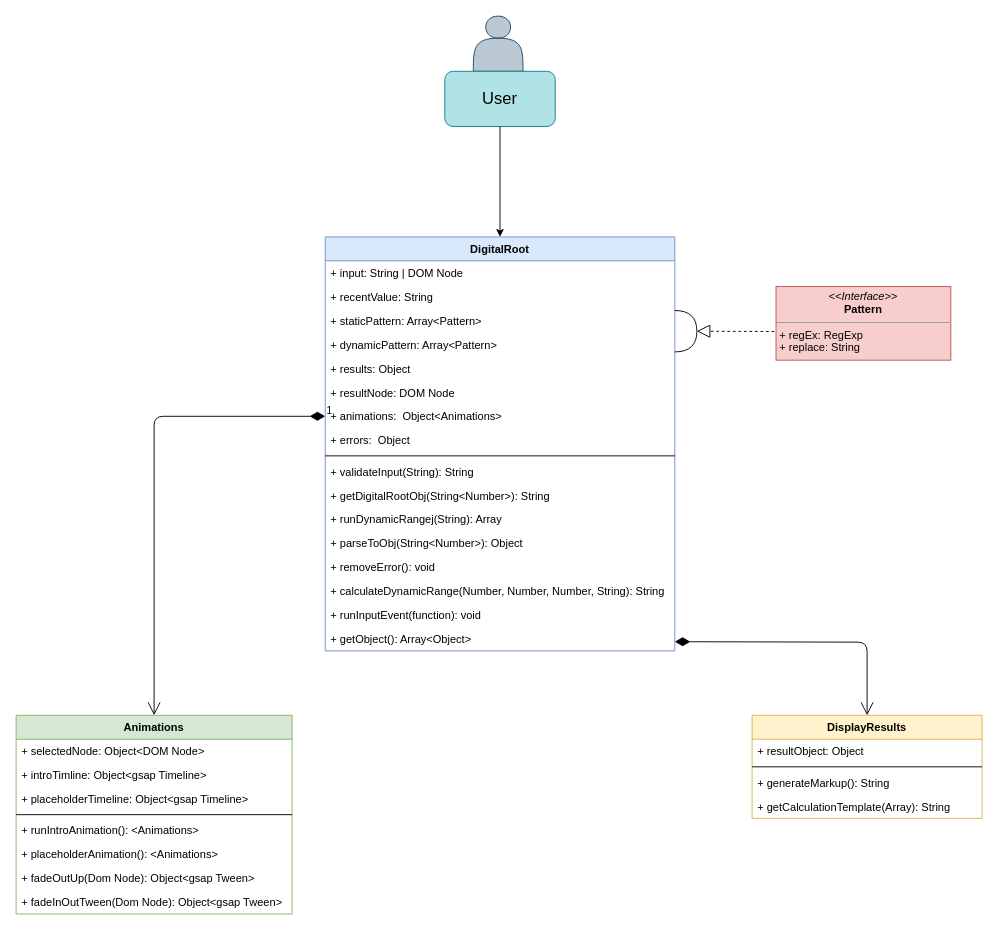
This is UML.drawio from fahimfaisaal/Digital-root-calculator, a draw.io file, before an edit. Source tidied: cells renumbered, new cells numbered last; positions are measured from the earlier drawing's top-left corner, leaving out a move shared by most shapes. Both pictures are drawn from the tidied source at 92%, with x=0, y=0 at pixel (16, 16).
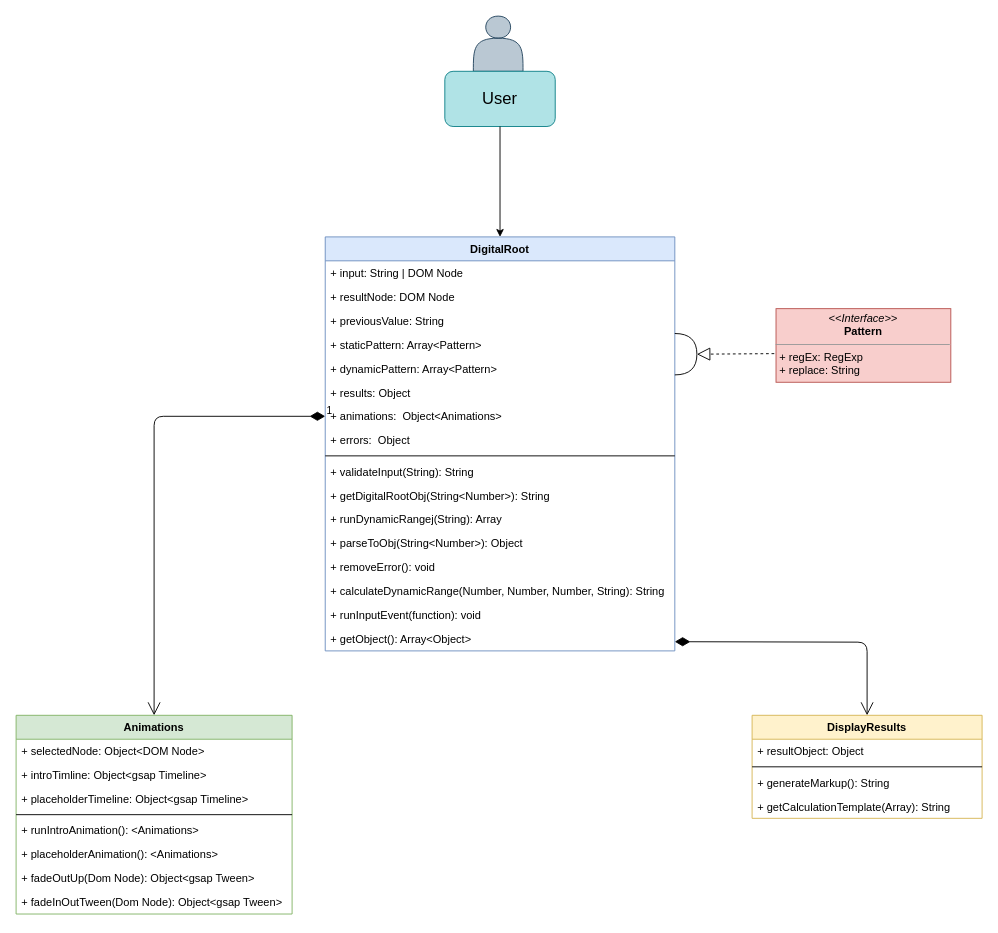
The same diagram, later.

Commit message:
replace one porp

Unchanged cells that the change refers to:
```xml
<mxCell id="17" value="DigitalRoot" style="swimlane;fontStyle=1;align=center;verticalAlign=top;horizontal=1;startSize=26;fillColor=#dae8fc;strokeColor=#6c8ebf;" parent="1" vertex="1">
  <mxGeometry x="336" y="240" width="380" height="450" as="geometry" />
</mxCell>
```

What changed in the source:
```diff
@@
+    <mxCell id="23" value="+ resultNode: DOM Node" style="text;strokeColor=none;fillColor=none;align=left;verticalAlign=top;spacingLeft=4;spacingRight=4;overflow=hidden;" parent="17" vertex="1">
+      <mxGeometry y="52" width="380" height="26" as="geometry" />
+    </mxCell>
-    <mxCell id="19" value="+ recentValue: String" style="text;strokeColor=none;fillColor=none;align=left;verticalAlign=top;spacingLeft=4;spacingRight=4;overflow=hidden;" parent="17" vertex="1">
-      <mxGeometry y="52" width="380" height="26" as="geometry" />
+    <mxCell id="19" value="+ previousValue: String" style="text;strokeColor=none;fillColor=none;align=left;verticalAlign=top;spacingLeft=4;spacingRight=4;overflow=hidden;" parent="17" vertex="1">
+      <mxGeometry y="78" width="380" height="26" as="geometry" />
     </mxCell>
     <mxCell id="20" value="+ staticPattern: Array&lt;Pattern&gt;" style="text;strokeColor=none;fillColor=none;align=left;verticalAlign=top;spacingLeft=4;spacingRight=4;overflow=hidden;" parent="17" vertex="1">
-      <mxGeometry y="78" width="380" height="26" as="geometry" />
+      <mxGeometry y="104" width="380" height="26" as="geometry" />
     </mxCell>
     <mxCell id="21" value="+ dynamicPattern: Array&lt;Pattern&gt;" style="text;strokeColor=none;fillColor=none;align=left;verticalAlign=top;spacingLeft=4;spacingRight=4;overflow=hidden;" parent="17" vertex="1">
-      <mxGeometry y="104" width="380" height="26" as="geometry" />
+      <mxGeometry y="130" width="380" height="26" as="geometry" />
     </mxCell>
     <mxCell id="22" value="+ results: Object" style="text;strokeColor=none;fillColor=none;align=left;verticalAlign=top;spacingLeft=4;spacingRight=4;overflow=hidden;" parent="17" vertex="1">
-      <mxGeometry y="130" width="380" height="26" as="geometry" />
+      <mxGeometry y="156" width="380" height="26" as="geometry" />
     </mxCell>
-    <mxCell id="23" value="+ resultNode: DOM Node" style="text;strokeColor=none;fillColor=none;align=left;verticalAlign=top;spacingLeft=4;spacingRight=4;overflow=hidden;" parent="17" vertex="1">
-      <mxGeometry y="156" width="380" height="26" as="geometry" />
-    </mxCell>
@@
     <mxCell id="35" value="&lt;p style=&quot;margin: 0px ; margin-top: 4px ; text-align: center&quot;&gt;&lt;i&gt;&amp;lt;&amp;lt;Interface&amp;gt;&amp;gt;&lt;/i&gt;&lt;br&gt;&lt;b&gt;Pattern&lt;/b&gt;&lt;/p&gt;&lt;hr size=&quot;1&quot;&gt;&lt;p style=&quot;margin: 0px ; margin-left: 4px&quot;&gt;+ regEx: RegExp&lt;br&gt;+ replace: String&lt;/p&gt;&lt;p style=&quot;margin: 0px ; margin-left: 4px&quot;&gt;&lt;br&gt;&lt;/p&gt;" style="verticalAlign=top;align=left;overflow=fill;fontSize=12;fontFamily=Helvetica;html=1;fillColor=#f8cecc;strokeColor=#b85450;" parent="1" vertex="1">
-      <mxGeometry x="826" y="294" width="190" height="80" as="geometry" />
+      <mxGeometry x="826" y="318" width="190" height="80" as="geometry" />
     </mxCell>
     <mxCell id="36" style="shape=requiredInterface;html=1;verticalLabelPosition=bottom;sketch=0;fillColor=none;gradientColor=none;align=left;verticalAlign=top;" parent="1" vertex="1">
-      <mxGeometry x="716" y="320" width="24" height="45" as="geometry" />
+      <mxGeometry x="716" y="345" width="24" height="45" as="geometry" />
     </mxCell>
```
